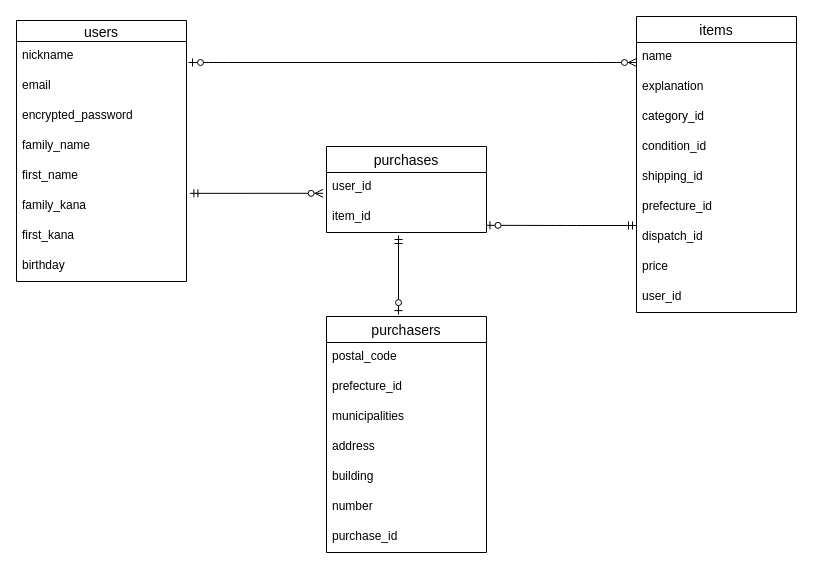
Before: furima.dio in 86okimasa/furima-31128, a draw.io diagram. Source tidied: cells renumbered, new cells numbered last; positions are measured from the earlier drawing's top-left corner, leaving out a move shared by most shapes. Both pictures are drawn from the tidied source at 100%, with x=0, y=0 at pixel (16, 16).
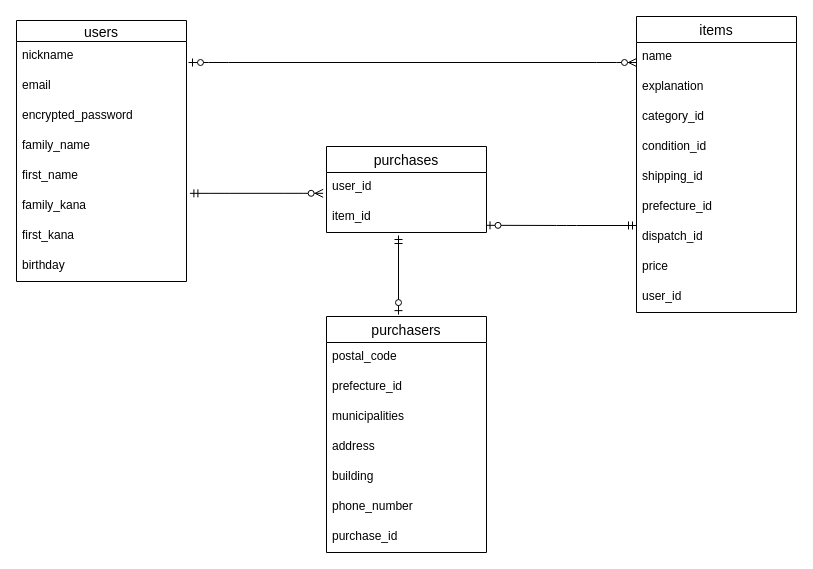
Above is the later version.

The change refers to these unchanged cells:
```xml
<mxCell id="15" value="purchasers" style="swimlane;fontStyle=0;horizontal=1;startSize=26;align=center;fontSize=14;" parent="1" vertex="1">
  <mxGeometry x="310" y="300" width="160" height="236" as="geometry" />
</mxCell>
```

Change to the diagram source:
```diff
@@
-    <mxCell id="21" value="number" style="text;strokeColor=none;fillColor=none;spacingLeft=4;spacingRight=4;overflow=hidden;fontSize=12;" parent="15" vertex="1">
+    <mxCell id="21" value="phone_number" style="text;strokeColor=none;fillColor=none;spacingLeft=4;spacingRight=4;overflow=hidden;fontSize=12;" parent="15" vertex="1">
       <mxGeometry y="176" width="160" height="30" as="geometry" />
     </mxCell>
```
